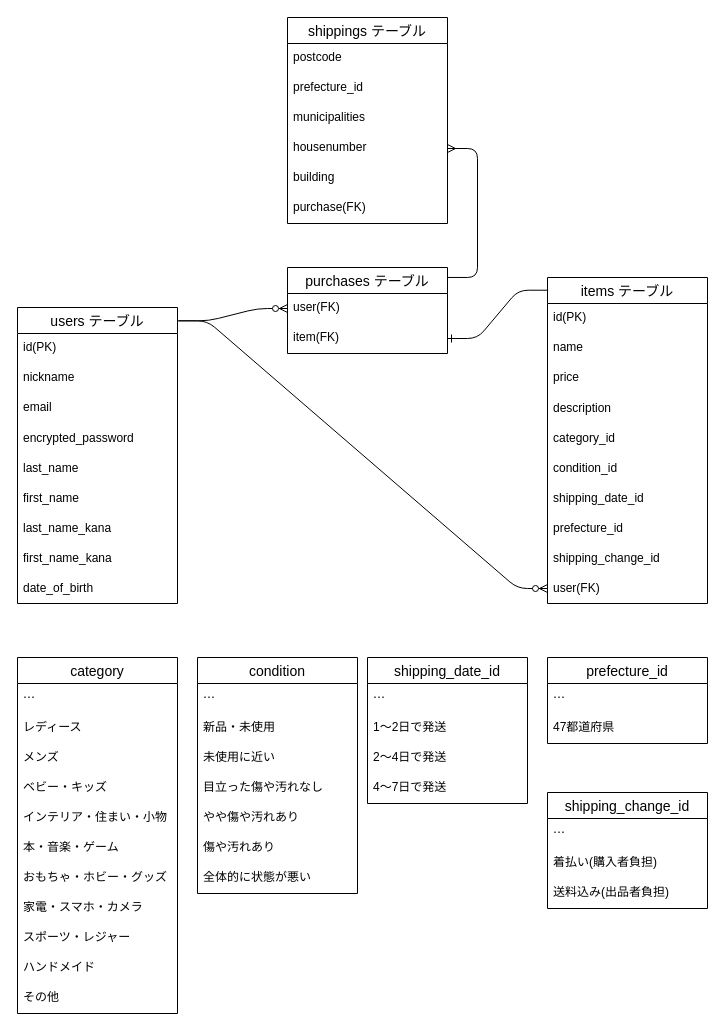
Above: furima.dio in mackey3690/furima-40103 (draw.io), before the change. Source tidied: cells renumbered, new cells numbered last; positions are measured from the earlier drawing's top-left corner, leaving out a move shared by most shapes. Both pictures are drawn from the tidied source at 100%, with x=0, y=0 at pixel (17, 17).
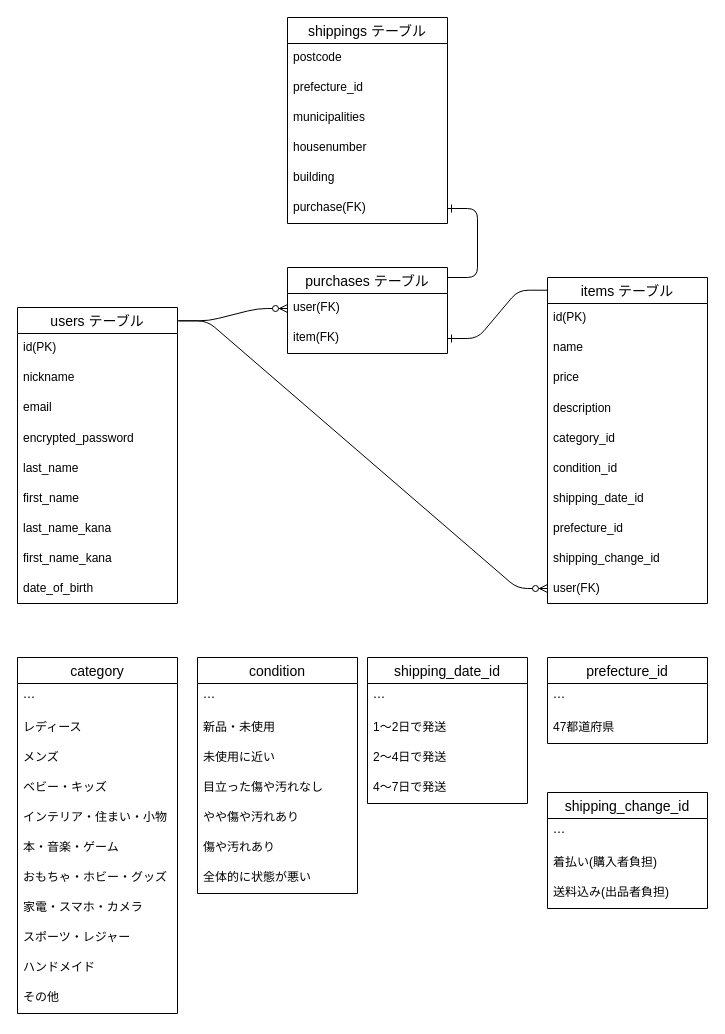
Above is the later version.

Commit message:
ER図配送先情報修正2

Unchanged cells that the change refers to:
```xml
<mxCell id="24" value="purchases テーブル" style="swimlane;fontStyle=0;horizontal=1;startSize=26;align=center;fontSize=14;" parent="1" vertex="1">
  <mxGeometry x="270" y="250" width="160" height="86" as="geometry" />
</mxCell>
<mxCell id="64" value="housenumber" style="text;strokeColor=none;fillColor=none;spacingLeft=4;spacingRight=4;overflow=hidden;points=[[0,0.5],[1,0.5]];portConstraint=eastwest;fontSize=12;" parent="60" vertex="1">
  <mxGeometry y="116" width="160" height="30" as="geometry" />
</mxCell>
<mxCell id="66" value="purchase(FK)" style="text;strokeColor=none;fillColor=none;spacingLeft=4;spacingRight=4;overflow=hidden;points=[[0,0.5],[1,0.5]];portConstraint=eastwest;fontSize=12;" parent="60" vertex="1">
  <mxGeometry y="176" width="160" height="30" as="geometry" />
</mxCell>
```

The edit, as a diff of the source:
```diff
@@
-    <mxCell id="68" style="edgeStyle=entityRelationEdgeStyle;fontSize=12;html=1;endArrow=ERmany;entryX=1;entryY=0.5;entryDx=0;entryDy=0;exitX=1;exitY=0.116;exitDx=0;exitDy=0;exitPerimeter=0;" parent="1" edge="1" source="24" target="64">
-      <mxGeometry relative="1" as="geometry" />
-    </mxCell>
+    <mxCell id="69" style="edgeStyle=entityRelationEdgeStyle;fontSize=12;html=1;endArrow=ERone;endFill=1;" parent="1" edge="1" target="66">
+      <mxGeometry relative="1" as="geometry">
+        <mxPoint x="430" y="260" as="sourcePoint" />
+      </mxGeometry>
+    </mxCell>
```
